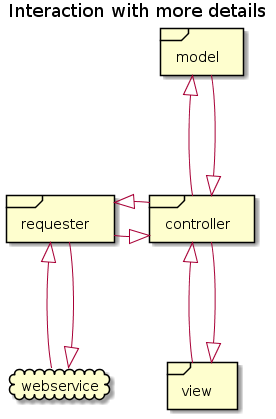
Above: uml/interaction-more-details.png in TomazMartins/tea-store (PlantUML), before the change. The source it was exported from:
```plantuml
@startuml
title Interaction with more details


frame model
frame controller
frame requester
frame view
cloud webservice

model <|--- controller
model ---|> controller

controller <|-----left-- requester
controller --left-----|> requester

requester <|--- webservice
requester ---|> webservice

controller <|--- view
controller ---|> view
@enduml
```
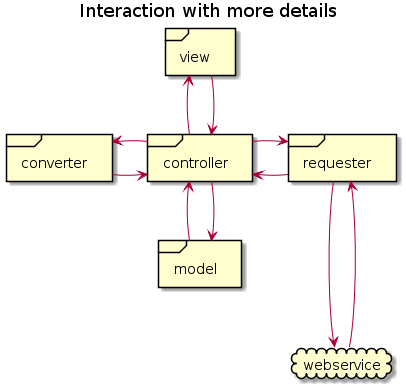
After the commit.

Diff of the diagram source:
```diff
@@ -1,22 +1,25 @@
 @startuml
 title Interaction with more details
 
-
 frame model
+frame requester
 frame controller
-frame requester
 frame view
+frame converter
 cloud webservice
 
-model <|--- controller
-model ---|> controller
+model -up-> controller
+model <-up- controller
 
-controller <|-----left-- requester
-controller --left-----|> requester
+controller -up-> view
+controller <-up- view
 
-requester <|--- webservice
-requester ---|> webservice
+requester -left-> controller
+requester <-left- controller
 
-controller <|--- view
-controller ---|> view
+requester ---> webservice
+requester <--- webservice
+
+converter -right-> controller
+converter <-right- controller
 @enduml
```
